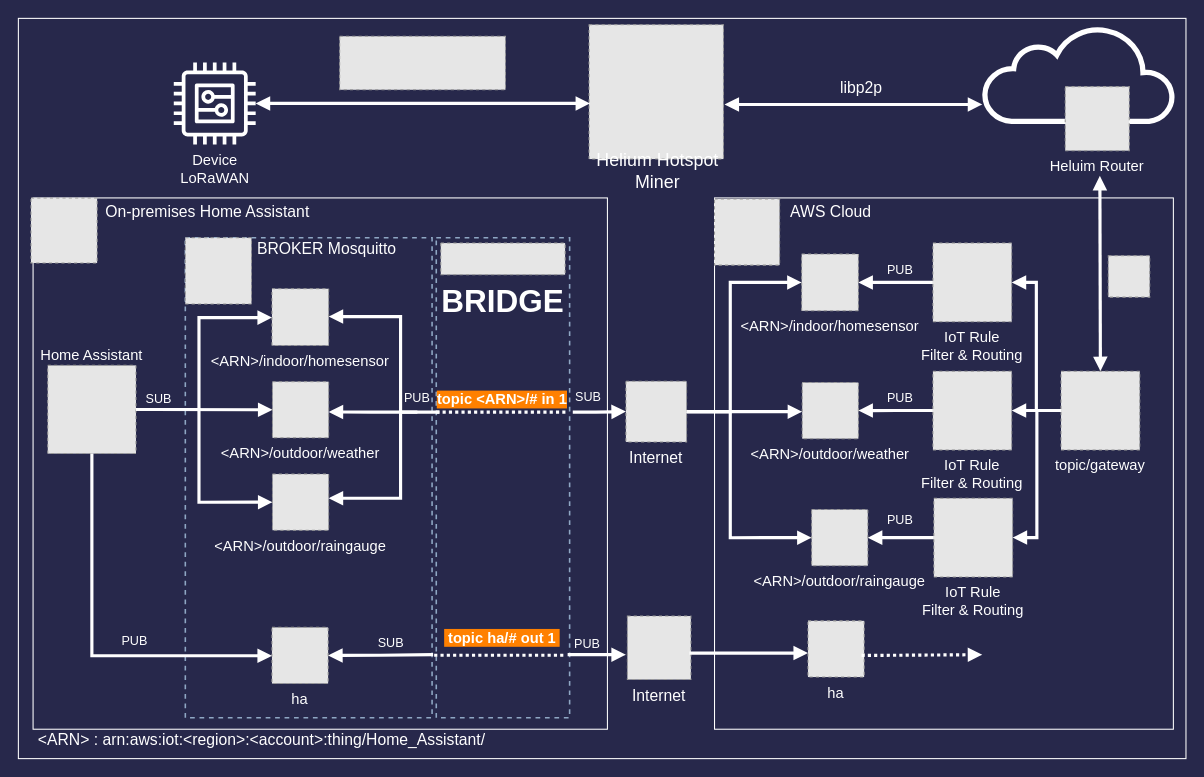
Before: docs/Architecture.drawio in vhuynen/Helium-Network-AWS-IoT-Core-Home-Assistant, a draw.io diagram. Source tidied: cells renumbered, new cells numbered last; positions are measured from the earlier drawing's top-left corner, leaving out a move shared by most shapes. Both pictures are drawn from the tidied source at 105%, with x=0, y=0 at pixel (18, 18). Pictures stored in the file or linked from it are replaced by grey dashed boxes.
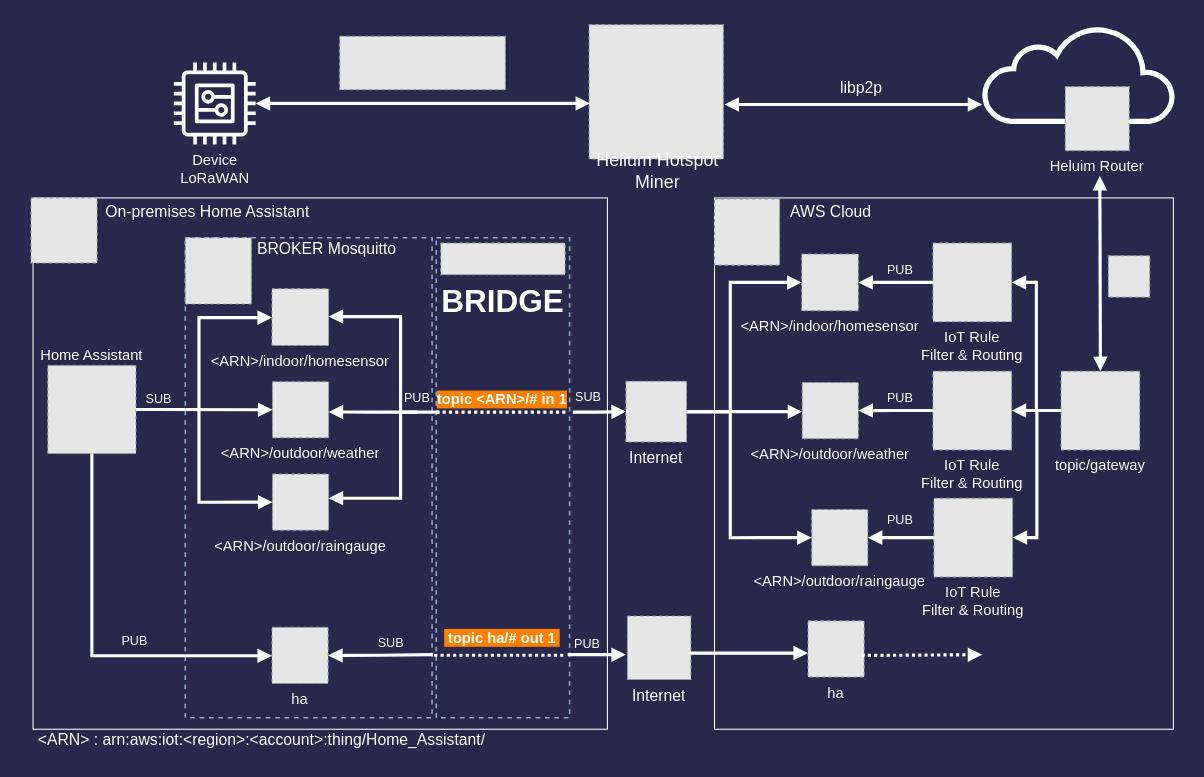
The same diagram, later.

Diff of the diagram source:
```diff
@@
-    <mxCell id="2" style="rounded=0;whiteSpace=wrap;html=1;strokeColor=#FFFFFF;fillColor=none;" parent="1" vertex="1">
+    <mxCell id="2" style="rounded=0;whiteSpace=wrap;html=1;strokeColor=#27284B;fillColor=none;" parent="1" vertex="1">
       <mxGeometry width="1112" height="705" as="geometry" />
     </mxCell>
```
